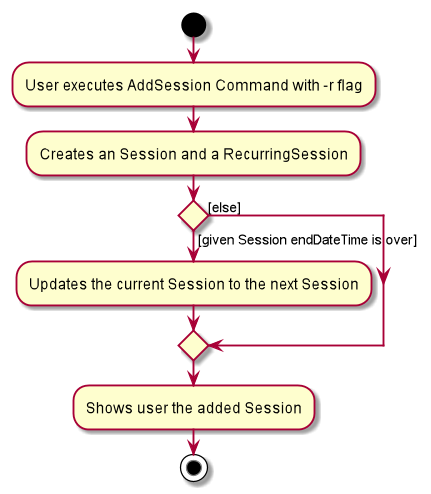
Above: docs/images/RecurringSessionsActivityDiagram.png in nus-cs2103-AY1920S2/addressbook-level3 (PlantUML), before the change. Source of this version:
```plantuml
@startuml
start
:User executes AddSession Command with -r flag;

:Creates an Session and a RecurringSession;

if () then ([given Session endDateTime is over])
    :Updates the current Session to the next Session;

else ([else])
endif

:Shows user the added Session;

stop
@enduml
```
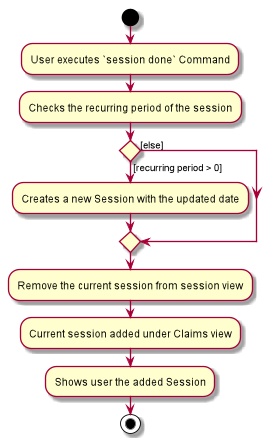
The same diagram one commit later.

Change to the diagram source:
```diff
@@ -1,15 +1,17 @@
 @startuml
 start
-:User executes AddSession Command with -r flag;
+:User executes `session done` Command;
 
-:Creates an Session and a RecurringSession;
+:Checks the recurring period of the session;
 
-if () then ([given Session endDateTime is over])
-    :Updates the current Session to the next Session;
+if () then ([recurring period > 0])
+    :Creates a new Session with the updated date;
 
 else ([else])
 endif
 
+:Remove the current session from session view;
+:Current session added under Claims view;
 :Shows user the added Session;
 
 stop
```
